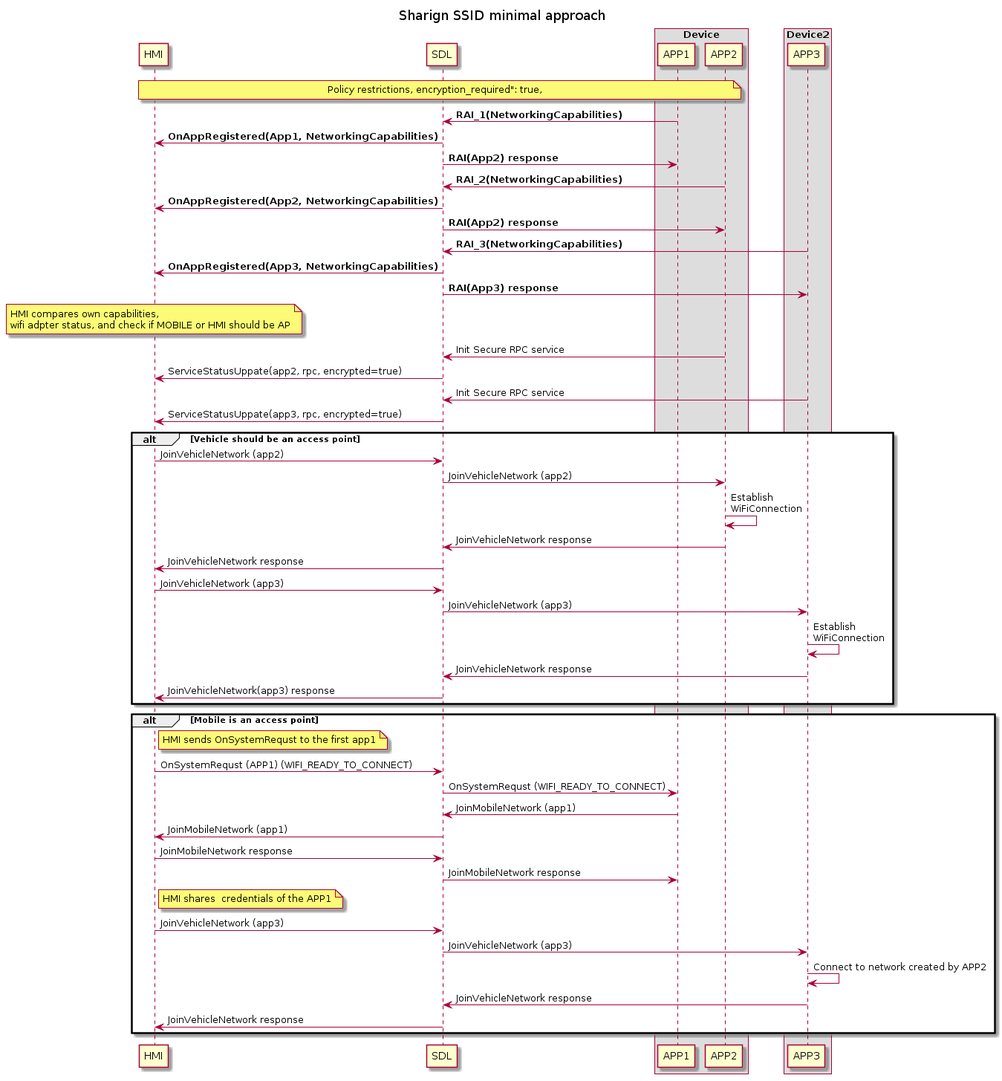
The PlantUML diagram assets/proposals/0245-sharing-wifi-ssid-and-password/minimal_approach.png in smartdevicelink/sdl_evolution, before a commit. Source of this version:
```plantuml
@startuml
title Sharign SSID minimal approach

participant HMI
participant SDL

box "Device"
participant APP1
participant APP2
end box

box "Device2"
participant APP3
endbox

note over HMI, APP2:  Policy restrictions, encryption_required": true,
APP1 -> SDL : <b>RAI_1(NetworkingCapabilities)
SDL -> HMI : <b>OnAppRegistered(App1, NetworkingCapabilities)
SDL -> APP1 : <b>RAI(App2) response
APP2 -> SDL : <b>RAI_2(NetworkingCapabilities)
SDL -> HMI : <b>OnAppRegistered(App2, NetworkingCapabilities)
SDL -> APP2 : <b>RAI(App2) response
APP3 -> SDL : <b>RAI_3(NetworkingCapabilities)
SDL -> HMI : <b>OnAppRegistered(App3, NetworkingCapabilities)
SDL -> APP3 : <b>RAI(App3) response
note over HMI : HMI compares own capabilities,\nwifi adpter status, and check if MOBILE or HMI should be AP
APP2 -> SDL : Init Secure RPC service
SDL -> HMI : ServiceStatusUppate(app2, rpc, encrypted=true)
APP3 -> SDL : Init Secure RPC service
SDL -> HMI : ServiceStatusUppate(app3, rpc, encrypted=true)


alt Vehicle should be an access point
HMI -> SDL : JoinVehicleNetwork (app2)
SDL -> APP2 : JoinVehicleNetwork (app2)
APP2 -> APP2 : Establish \nWiFiConnection
APP2 -> SDL : JoinVehicleNetwork response
SDL -> HMI : JoinVehicleNetwork response
HMI -> SDL : JoinVehicleNetwork (app3)
SDL -> APP3 : JoinVehicleNetwork (app3)
APP3 -> APP3 : Establish \nWiFiConnection
APP3 -> SDL : JoinVehicleNetwork response
SDL -> HMI : JoinVehicleNetwork(app3) response
end

alt Mobile is an access point
note right HMI :  HMI sends OnSystemRequst to the first app1
HMI -> SDL : OnSystemRequst (APP1) (WIFI_READY_TO_CONNECT)
SDL -> APP1 : OnSystemRequst (WIFI_READY_TO_CONNECT)
APP1 -> SDL : JoinMobileNetwork (app1)
SDL -> HMI : JoinMobileNetwork (app1)
HMI -> SDL : JoinMobileNetwork response
SDL -> APP1 : JoinMobileNetwork response
note right HMI :  HMI shares  credentials of the APP1
HMI -> SDL : JoinVehicleNetwork (app3)
SDL -> APP3 : JoinVehicleNetwork (app3)
APP3 -> APP3 : Connect to network created by APP2
APP3 -> SDL : JoinVehicleNetwork response
SDL -> HMI : JoinVehicleNetwork response
end
@enduml
```
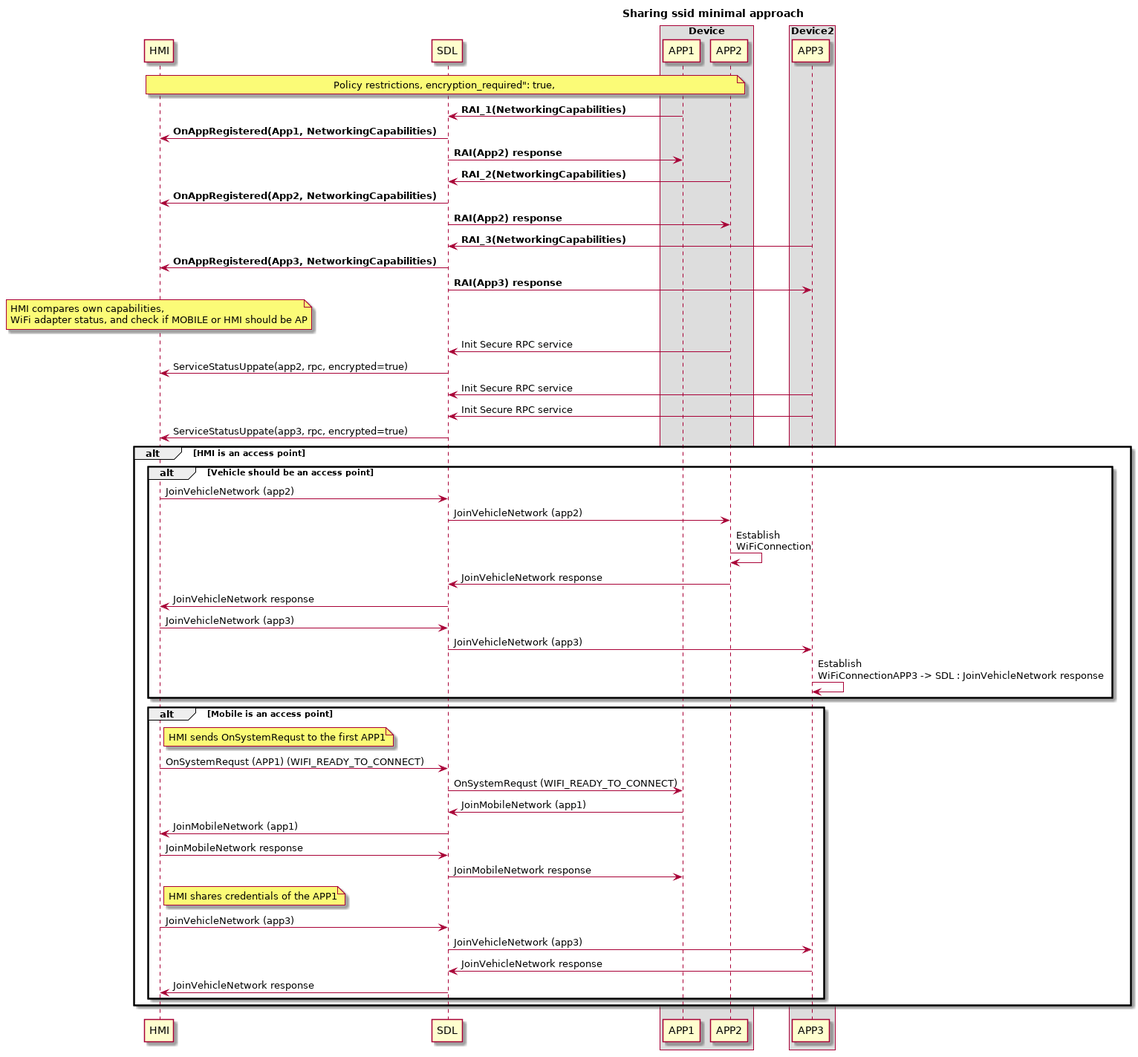
After the change.

Change to the diagram source:
```diff
@@ -1,6 +1,6 @@
 @startuml
-title Sharign SSID minimal approach
-
+!pragma teoz true
+title Sharing ssid minimal approach
 participant HMI
 participant SDL
 
@@ -23,12 +23,14 @@
 APP3 -> SDL : <b>RAI_3(NetworkingCapabilities)
 SDL -> HMI : <b>OnAppRegistered(App3, NetworkingCapabilities)
 SDL -> APP3 : <b>RAI(App3) response
-note over HMI : HMI compares own capabilities,\nwifi adpter status, and check if MOBILE or HMI should be AP
+note over HMI : HMI compares own capabilities,\nWiFi adapter status, and check if MOBILE or HMI should be AP
 APP2 -> SDL : Init Secure RPC service
 SDL -> HMI : ServiceStatusUppate(app2, rpc, encrypted=true)
 APP3 -> SDL : Init Secure RPC service
+APP3 -> SDL : Init Secure RPC service
 SDL -> HMI : ServiceStatusUppate(app3, rpc, encrypted=true)
 
+alt HMI is an access point
 
 alt Vehicle should be an access point
 HMI -> SDL : JoinVehicleNetwork (app2)
@@ -38,23 +40,20 @@
 SDL -> HMI : JoinVehicleNetwork response
 HMI -> SDL : JoinVehicleNetwork (app3)
 SDL -> APP3 : JoinVehicleNetwork (app3)
-APP3 -> APP3 : Establish \nWiFiConnection
-APP3 -> SDL : JoinVehicleNetwork response
-SDL -> HMI : JoinVehicleNetwork(app3) response
+APP3 -> APP3 : Establish \nWiFiConnectionAPP3 -> SDL : JoinVehicleNetwork response
 end
 
 alt Mobile is an access point
-note right HMI :  HMI sends OnSystemRequst to the first app1
+note right HMI :  HMI sends OnSystemRequst to the first APP1
 HMI -> SDL : OnSystemRequst (APP1) (WIFI_READY_TO_CONNECT)
 SDL -> APP1 : OnSystemRequst (WIFI_READY_TO_CONNECT)
 APP1 -> SDL : JoinMobileNetwork (app1)
 SDL -> HMI : JoinMobileNetwork (app1)
 HMI -> SDL : JoinMobileNetwork response
 SDL -> APP1 : JoinMobileNetwork response
-note right HMI :  HMI shares  credentials of the APP1
+note right HMI :  HMI shares credentials of the APP1
 HMI -> SDL : JoinVehicleNetwork (app3)
 SDL -> APP3 : JoinVehicleNetwork (app3)
-APP3 -> APP3 : Connect to network created by APP2
 APP3 -> SDL : JoinVehicleNetwork response
 SDL -> HMI : JoinVehicleNetwork response
 end
```
